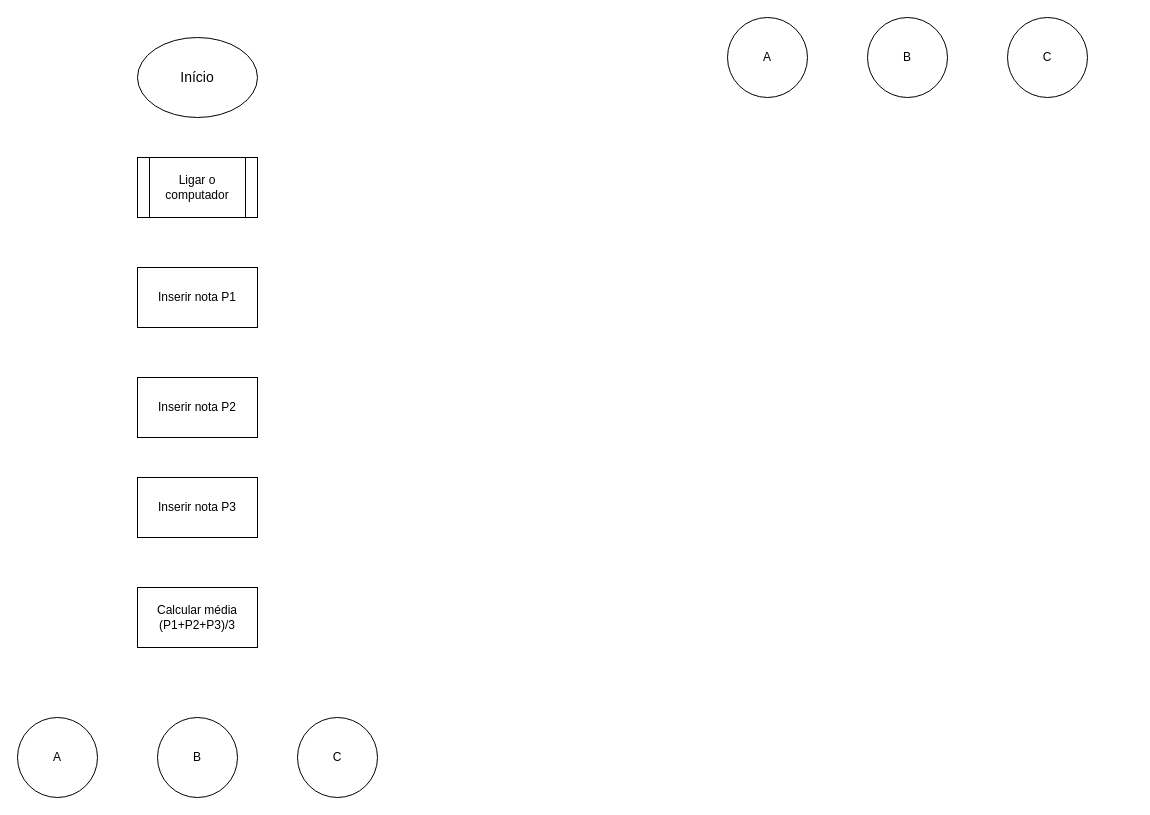
The draw.io diagram Untitled Diagram.drawio in Bragoni/Fluxogramas-Anhanguera, before the edit. Source tidied: cells renumbered, new cells numbered last; positions are measured from the earlier drawing's top-left corner, leaving out a move shared by most shapes. Both pictures are drawn from the tidied source at 100%, with x=0, y=0 at pixel (17, 17).
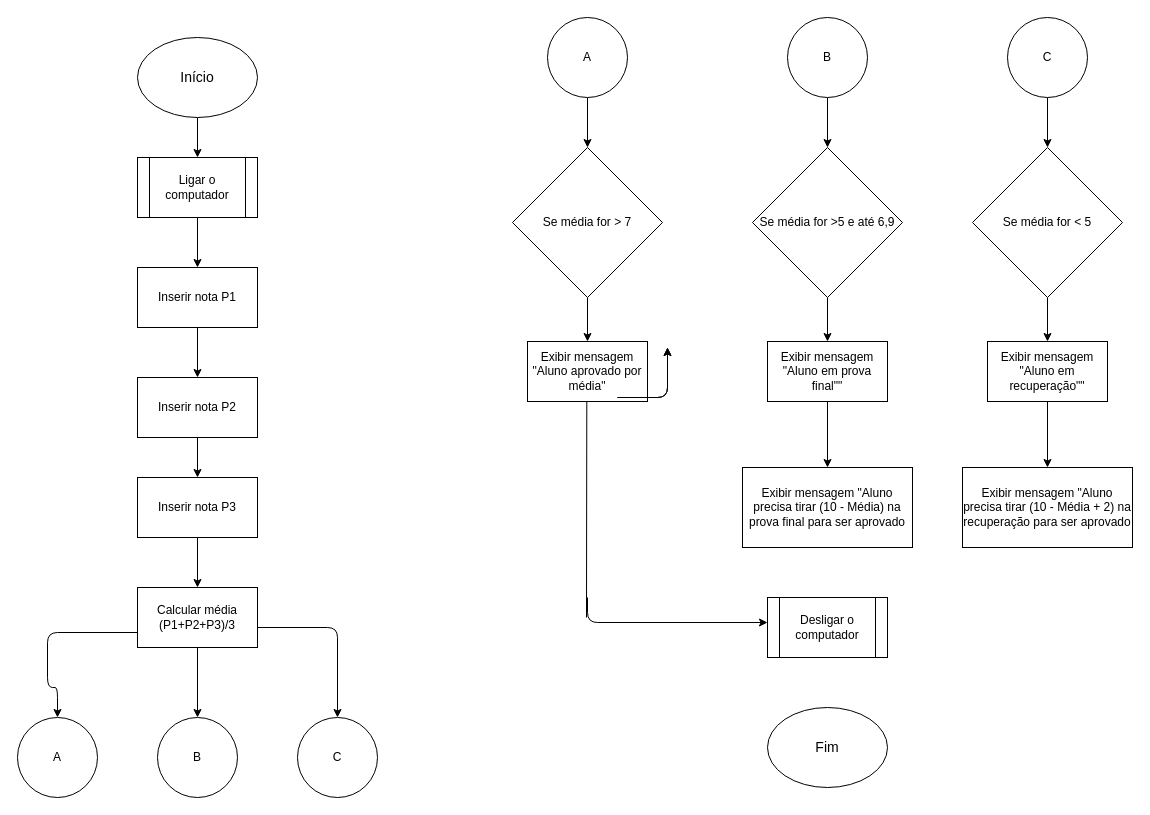
The same diagram, later.

Unchanged cells that the change refers to:
```xml
<mxCell id="2" value="&lt;font style=&quot;font-size: 14px&quot;&gt;Início&lt;/font&gt;" style="ellipse;whiteSpace=wrap;html=1;" parent="1" vertex="1">
  <mxGeometry x="120" y="20" width="120" height="80" as="geometry" />
</mxCell>
<mxCell id="3" value="Ligar o computador" style="shape=process;whiteSpace=wrap;html=1;backgroundOutline=1;" parent="1" vertex="1">
  <mxGeometry x="120" y="140" width="120" height="60" as="geometry" />
</mxCell>
<mxCell id="4" value="Inserir nota P1" style="rounded=0;whiteSpace=wrap;html=1;" parent="1" vertex="1">
  <mxGeometry x="120" y="250" width="120" height="60" as="geometry" />
</mxCell>
<mxCell id="5" value="Inserir nota P2" style="rounded=0;whiteSpace=wrap;html=1;" parent="1" vertex="1">
  <mxGeometry x="120" y="360" width="120" height="60" as="geometry" />
</mxCell>
<mxCell id="6" value="Inserir nota P3" style="rounded=0;whiteSpace=wrap;html=1;" parent="1" vertex="1">
  <mxGeometry x="120" y="460" width="120" height="60" as="geometry" />
</mxCell>
<mxCell id="7" value="C" style="ellipse;whiteSpace=wrap;html=1;" parent="1" vertex="1">
  <mxGeometry x="280" y="700" width="80" height="80" as="geometry" />
</mxCell>
<mxCell id="8" value="A" style="ellipse;whiteSpace=wrap;html=1;" parent="1" vertex="1">
  <mxGeometry y="700" width="80" height="80" as="geometry" />
</mxCell>
<mxCell id="9" value="B" style="ellipse;whiteSpace=wrap;html=1;" parent="1" vertex="1">
  <mxGeometry x="140" y="700" width="80" height="80" as="geometry" />
</mxCell>
<mxCell id="10" value="Calcular média (P1+P2+P3)/3" style="rounded=0;whiteSpace=wrap;html=1;" parent="1" vertex="1">
  <mxGeometry x="120" y="570" width="120" height="60" as="geometry" />
</mxCell>
<mxCell id="11" value="C" style="ellipse;whiteSpace=wrap;html=1;" parent="1" vertex="1">
  <mxGeometry x="990" width="80" height="80" as="geometry" />
</mxCell>
```

Diff of the diagram source:
```diff
@@
+    <mxCell id="14" style="edgeStyle=orthogonalEdgeStyle;rounded=0;jettySize=auto;html=1;" parent="1" edge="1" source="2" target="3">
+      <mxGeometry relative="1" as="geometry" />
+    </mxCell>
@@
+    <mxCell id="15" style="edgeStyle=orthogonalEdgeStyle;rounded=0;jettySize=auto;html=1;" parent="1" edge="1" source="3" target="4">
+      <mxGeometry relative="1" as="geometry" />
+    </mxCell>
@@
+    <mxCell id="16" style="edgeStyle=orthogonalEdgeStyle;rounded=0;jettySize=auto;html=1;" parent="1" edge="1" source="4" target="5">
+      <mxGeometry relative="1" as="geometry" />
+    </mxCell>
@@
+    <mxCell id="17" style="edgeStyle=orthogonalEdgeStyle;rounded=0;jettySize=auto;html=1;" parent="1" edge="1" source="5" target="6">
+      <mxGeometry relative="1" as="geometry" />
+    </mxCell>
@@
+    <mxCell id="18" style="edgeStyle=orthogonalEdgeStyle;rounded=0;jettySize=auto;html=1;" parent="1" edge="1" source="6" target="10">
+      <mxGeometry relative="1" as="geometry" />
+    </mxCell>
@@
+    <mxCell id="19" style="edgeStyle=orthogonalEdgeStyle;rounded=0;jettySize=auto;html=1;" parent="1" edge="1" source="10" target="9">
+      <mxGeometry relative="1" as="geometry" />
+    </mxCell>
@@
+    <mxCell id="20" style="edgeStyle=orthogonalEdgeStyle;rounded=0;jettySize=auto;html=1;" parent="1" edge="1" source="11" target="31">
+      <mxGeometry relative="1" as="geometry" />
+    </mxCell>
@@
+    <mxCell id="21" style="edgeStyle=orthogonalEdgeStyle;rounded=0;jettySize=auto;html=1;" parent="1" edge="1" source="12" target="24">
+      <mxGeometry relative="1" as="geometry" />
+    </mxCell>
     <mxCell id="12" value="A" style="ellipse;whiteSpace=wrap;html=1;" parent="1" vertex="1">
-      <mxGeometry x="710" width="80" height="80" as="geometry" />
+      <mxGeometry x="530" width="80" height="80" as="geometry" />
     </mxCell>
+    <mxCell id="22" style="edgeStyle=orthogonalEdgeStyle;rounded=0;jettySize=auto;html=1;" parent="1" edge="1" source="13" target="27">
+      <mxGeometry relative="1" as="geometry" />
+    </mxCell>
     <mxCell id="13" value="B" style="ellipse;whiteSpace=wrap;html=1;" parent="1" vertex="1">
-      <mxGeometry x="850" width="80" height="80" as="geometry" />
+      <mxGeometry x="770" width="80" height="80" as="geometry" />
     </mxCell>
+    <mxCell id="23" style="edgeStyle=orthogonalEdgeStyle;rounded=0;jettySize=auto;html=1;" parent="1" edge="1" source="24" target="25">
+      <mxGeometry relative="1" as="geometry" />
+    </mxCell>
+    <mxCell id="24" value="Se média for &amp;gt; 7" style="rhombus;whiteSpace=wrap;html=1;" parent="1" vertex="1">
+      <mxGeometry x="495" y="130" width="150" height="150" as="geometry" />
+    </mxCell>
+    <mxCell id="25" value="Exibir mensagem &quot;Aluno aprovado por média&quot;" style="rounded=0;whiteSpace=wrap;html=1;" parent="1" vertex="1">
+      <mxGeometry x="510" y="324" width="120" height="60" as="geometry" />
+    </mxCell>
+    <mxCell id="26" style="edgeStyle=orthogonalEdgeStyle;rounded=0;jettySize=auto;html=1;" parent="1" edge="1" source="27" target="29">
+      <mxGeometry relative="1" as="geometry" />
+    </mxCell>
+    <mxCell id="27" value="Se média for &amp;gt;5 e até 6,9" style="rhombus;whiteSpace=wrap;html=1;" parent="1" vertex="1">
+      <mxGeometry x="735" y="130" width="150" height="150" as="geometry" />
+    </mxCell>
+    <mxCell id="28" style="edgeStyle=orthogonalEdgeStyle;rounded=0;jettySize=auto;html=1;" parent="1" edge="1" source="29" target="34">
+      <mxGeometry relative="1" as="geometry" />
+    </mxCell>
+    <mxCell id="29" value="Exibir mensagem &quot;Aluno em prova final&quot;&quot;" style="rounded=0;whiteSpace=wrap;html=1;" parent="1" vertex="1">
+      <mxGeometry x="750" y="324" width="120" height="60" as="geometry" />
+    </mxCell>
+    <mxCell id="30" style="edgeStyle=orthogonalEdgeStyle;rounded=0;jettySize=auto;html=1;" parent="1" edge="1" source="31" target="33">
+      <mxGeometry relative="1" as="geometry" />
+    </mxCell>
+    <mxCell id="31" value="Se média for &amp;lt; 5" style="rhombus;whiteSpace=wrap;html=1;" parent="1" vertex="1">
+      <mxGeometry x="955" y="130" width="150" height="150" as="geometry" />
+    </mxCell>
+    <mxCell id="32" style="edgeStyle=orthogonalEdgeStyle;rounded=0;jettySize=auto;html=1;" parent="1" edge="1" source="33" target="35">
+      <mxGeometry relative="1" as="geometry" />
+    </mxCell>
+    <mxCell id="33" value="Exibir mensagem &quot;Aluno em recuperação&quot;&quot;" style="rounded=0;whiteSpace=wrap;html=1;" parent="1" vertex="1">
+      <mxGeometry x="970" y="324" width="120" height="60" as="geometry" />
+    </mxCell>
+    <mxCell id="34" value="Exibir mensagem &quot;Aluno precisa tirar (10 - Média) na prova final para ser aprovado" style="rounded=0;whiteSpace=wrap;html=1;" parent="1" vertex="1">
+      <mxGeometry x="725" y="450" width="170" height="80" as="geometry" />
+    </mxCell>
+    <mxCell id="35" value="Exibir mensagem &quot;Aluno precisa tirar (10 - Média + 2) na recuperação para ser aprovado" style="rounded=0;whiteSpace=wrap;html=1;" parent="1" vertex="1">
+      <mxGeometry x="945" y="450" width="170" height="80" as="geometry" />
+    </mxCell>
+    <mxCell id="36" value="Desligar o computador" style="shape=process;whiteSpace=wrap;html=1;backgroundOutline=1;" parent="1" vertex="1">
+      <mxGeometry x="750" y="580" width="120" height="60" as="geometry" />
+    </mxCell>
+    <mxCell id="37" value="&lt;font style=&quot;font-size: 14px&quot;&gt;Fim&lt;/font&gt;" style="ellipse;whiteSpace=wrap;html=1;" parent="1" vertex="1">
+      <mxGeometry x="750" y="690" width="120" height="80" as="geometry" />
+    </mxCell>
+    <mxCell id="38" style="endArrow=none;html=1;" parent="1" edge="1">
+      <mxGeometry relative="1" as="geometry">
+        <mxPoint x="569.3" y="384" as="sourcePoint" />
+        <mxPoint x="569" y="600" as="targetPoint" />
+      </mxGeometry>
+    </mxCell>
+    <mxCell id="39" style="edgeStyle=segmentEdgeStyle;endArrow=classic;html=1;entryX=0;entryY=0.417;entryDx=0;entryDy=0;entryPerimeter=0;" parent="1" edge="1" target="36">
+      <mxGeometry relative="1" as="geometry">
+        <mxPoint x="570" y="580" as="sourcePoint" />
+        <Array as="points">
+          <mxPoint x="570" y="605" />
+        </Array>
+      </mxGeometry>
+    </mxCell>
+    <mxCell id="40" style="edgeStyle=segmentEdgeStyle;endArrow=classic;html=1;exitX=0;exitY=0.75;exitDx=0;exitDy=0;entryX=0.5;entryY=0;entryDx=0;entryDy=0;" parent="1" edge="1" source="10" target="8">
+      <mxGeometry relative="1" as="geometry">
+        <Array as="points">
+          <mxPoint x="30" y="615" />
+          <mxPoint x="30" y="670" />
+          <mxPoint x="40" y="670" />
+        </Array>
+      </mxGeometry>
+    </mxCell>
+    <mxCell id="41" style="edgeStyle=segmentEdgeStyle;endArrow=classic;html=1;" parent="1" edge="1">
+      <mxGeometry relative="1" as="geometry">
+        <mxPoint x="600" y="380" as="sourcePoint" />
+        <mxPoint x="650" y="330" as="targetPoint" />
+      </mxGeometry>
+    </mxCell>
+    <mxCell id="42" style="edgeStyle=segmentEdgeStyle;endArrow=classic;html=1;" parent="1" edge="1">
+      <mxGeometry relative="1" as="geometry">
+        <mxPoint x="600" y="380" as="sourcePoint" />
+        <mxPoint x="650" y="330" as="targetPoint" />
+      </mxGeometry>
+    </mxCell>
+    <mxCell id="43" style="edgeStyle=segmentEdgeStyle;endArrow=classic;html=1;entryX=0.5;entryY=0;entryDx=0;entryDy=0;" parent="1" edge="1" target="7">
+      <mxGeometry relative="1" as="geometry">
+        <mxPoint x="240" y="610" as="sourcePoint" />
+      </mxGeometry>
+    </mxCell>
```
